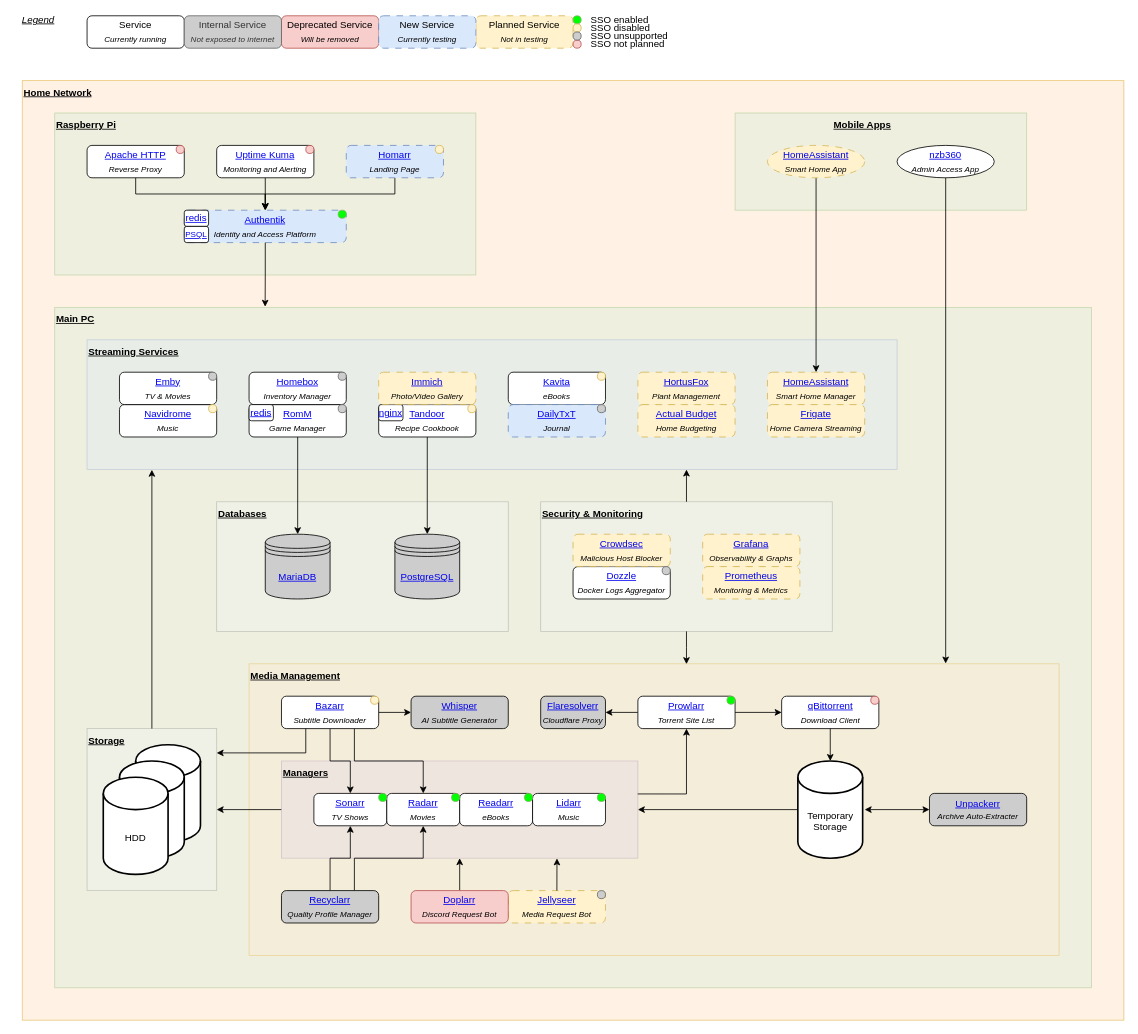
Earlier version of the draw.io diagram doc/home_theatre.drawio (zodac-personal/home_theatre). Source tidied: cells renumbered, new cells numbered last; positions are measured from the earlier drawing's top-left corner, leaving out a move shared by most shapes. Both pictures are drawn from the tidied source at 81%, with x=0, y=0 at pixel (14, 15).
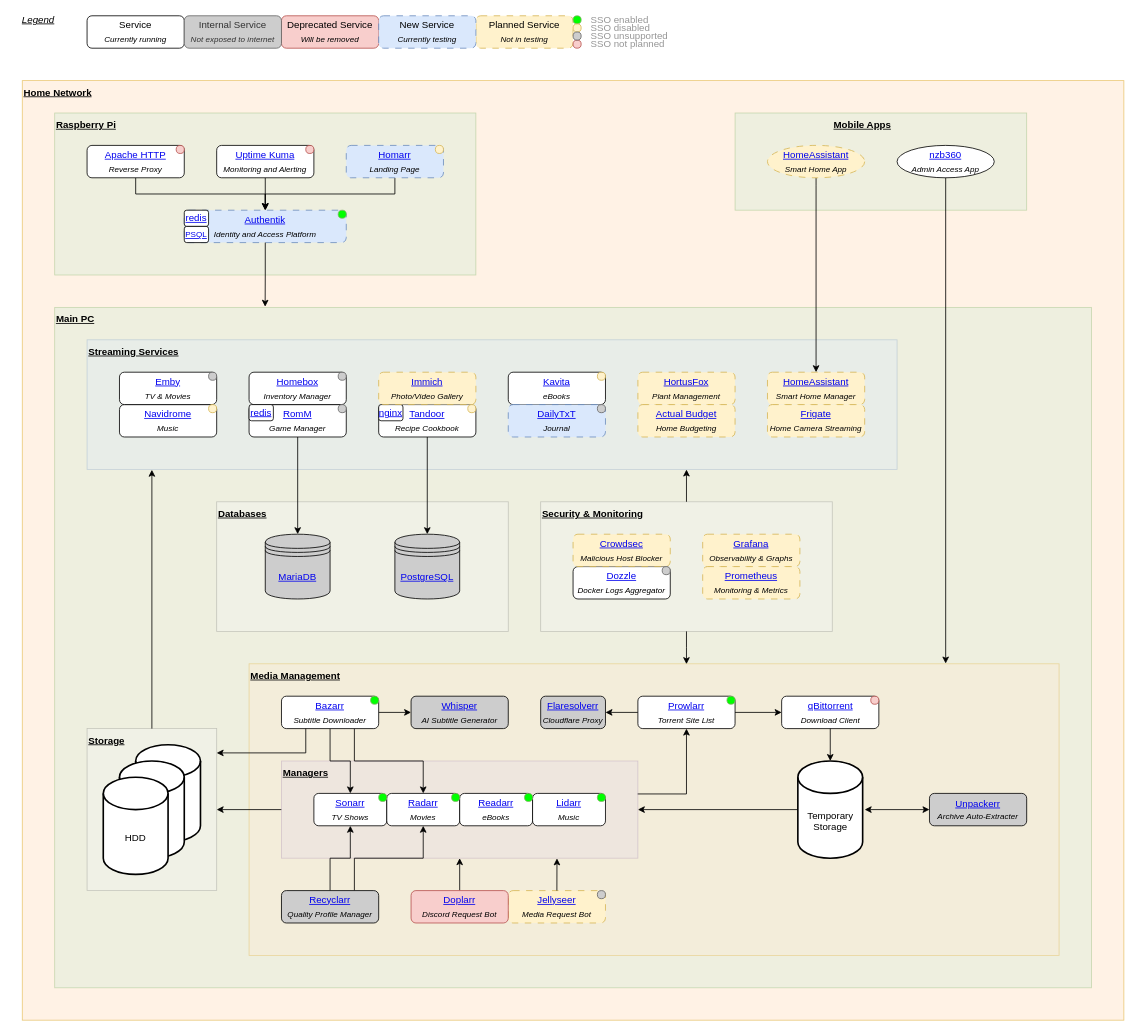
The same page after the edit.

Change to the diagram source:
```diff
@@
-    <mxCell id="106" value="SSO enabled" style="text;html=1;align=left;verticalAlign=middle;whiteSpace=wrap;rounded=0;" parent="1" vertex="1">
+    <mxCell id="106" value="&lt;font color=&quot;#969696&quot;&gt;SSO enabled&lt;/font&gt;" style="text;html=1;align=left;verticalAlign=middle;whiteSpace=wrap;rounded=0;" parent="1" vertex="1">
       <mxGeometry x="710" width="140" height="10" as="geometry" />
     </mxCell>
-    <mxCell id="107" value="SSO disabled" style="text;html=1;align=left;verticalAlign=middle;whiteSpace=wrap;rounded=0;" parent="1" vertex="1">
+    <mxCell id="107" value="&lt;font color=&quot;#969696&quot;&gt;SSO disabled&lt;/font&gt;" style="text;html=1;align=left;verticalAlign=middle;whiteSpace=wrap;rounded=0;" parent="1" vertex="1">
       <mxGeometry x="710" y="10" width="140" height="10" as="geometry" />
     </mxCell>
-    <mxCell id="108" value="SSO unsupported" style="text;html=1;align=left;verticalAlign=middle;whiteSpace=wrap;rounded=0;" parent="1" vertex="1">
+    <mxCell id="108" value="&lt;font color=&quot;#969696&quot;&gt;SSO unsupported&lt;/font&gt;" style="text;html=1;align=left;verticalAlign=middle;whiteSpace=wrap;rounded=0;" parent="1" vertex="1">
       <mxGeometry x="710" y="20" width="140" height="10" as="geometry" />
     </mxCell>
-    <mxCell id="109" value="SSO not planned" style="text;html=1;align=left;verticalAlign=middle;whiteSpace=wrap;rounded=0;" parent="1" vertex="1">
+    <mxCell id="109" value="&lt;font color=&quot;#969696&quot;&gt;SSO not planned&lt;/font&gt;" style="text;html=1;align=left;verticalAlign=middle;whiteSpace=wrap;rounded=0;" parent="1" vertex="1">
       <mxGeometry x="710" y="30" width="140" height="10" as="geometry" />
     </mxCell>
@@
-    <mxCell id="117" style="ellipse;whiteSpace=wrap;html=1;fillColor=#fff2cc;strokeColor=#d6b656;" parent="1" vertex="1">
-      <mxGeometry x="440" y="840" width="10" height="10" as="geometry" />
-    </mxCell>
@@
+    <mxCell id="127" style="ellipse;whiteSpace=wrap;html=1;fillColor=#00ff00;strokeColor=#82b366;" parent="1" vertex="1">
+      <mxGeometry x="440" y="840" width="10" height="10" as="geometry" />
+    </mxCell>
```
